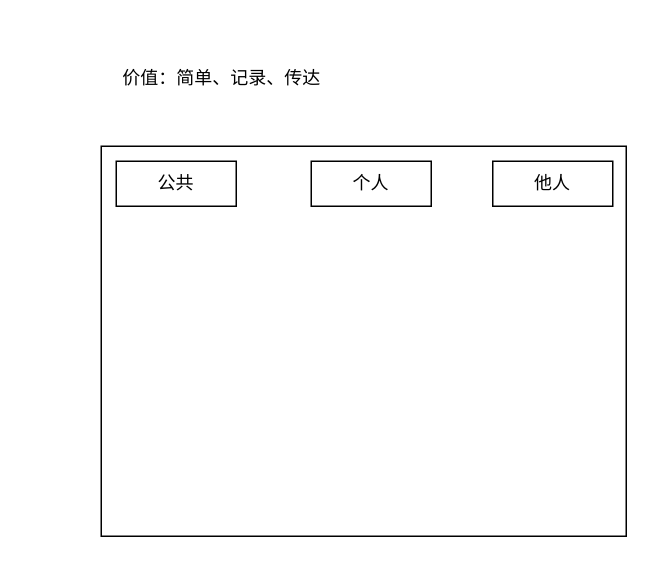
Earlier version of the draw.io diagram 未命名绘图.drawio (baolegeming/test). Source tidied: cells renumbered, new cells numbered last; positions are measured from the earlier drawing's top-left corner, leaving out a move shared by most shapes. Both pictures are drawn from the tidied source at 150%, with x=0, y=0 at pixel (100, 56).
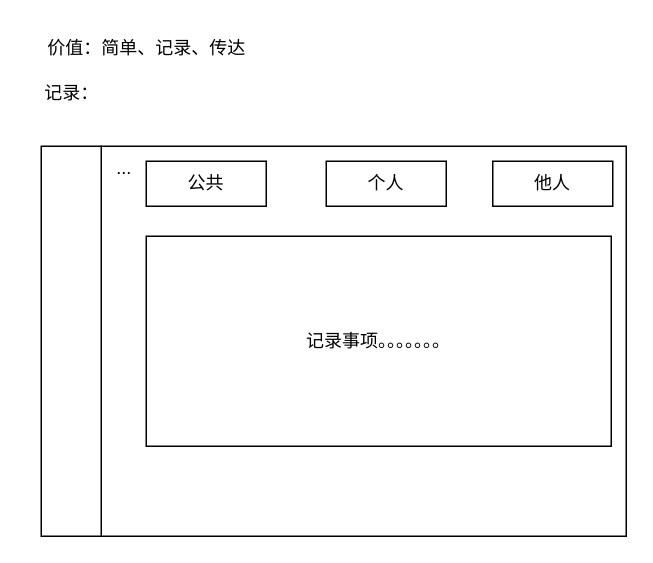
After the change.

Commit message:
更新未命名绘图.drawio

Change to the diagram source:
```diff
@@
 <mxGraphModel>
   <root>
     <mxCell id="0" />
     <mxCell id="1" parent="0" />
     <mxCell id="2" style="rounded=0;whiteSpace=wrap;html=1;" parent="1" vertex="1">
       <mxGeometry y="60" width="350" height="260" as="geometry" />
     </mxCell>
     <mxCell id="3" value="公共" style="whiteSpace=wrap;html=1;" parent="1" vertex="1">
-      <mxGeometry x="10" y="70" width="80" height="30" as="geometry" />
+      <mxGeometry x="30" y="70" width="80" height="30" as="geometry" />
     </mxCell>
     <mxCell id="4" value="价值：简单、记录、传达" style="text;html=1;align=center;verticalAlign=middle;strokeColor=none;fillColor=none;" parent="1" vertex="1">
-      <mxGeometry width="160" height="30" as="geometry" />
+      <mxGeometry x="-50" y="-20" width="160" height="30" as="geometry" />
     </mxCell>
     <mxCell id="5" value="个人" style="whiteSpace=wrap;html=1;" parent="1" vertex="1">
-      <mxGeometry x="140" y="70" width="80" height="30" as="geometry" />
+      <mxGeometry x="150" y="70" width="80" height="30" as="geometry" />
     </mxCell>
     <mxCell id="6" value="他人" style="whiteSpace=wrap;html=1;" parent="1" vertex="1">
       <mxGeometry x="261" y="70" width="80" height="30" as="geometry" />
     </mxCell>
+    <mxCell id="7" value="记录事项。。。。。。。" style="whiteSpace=wrap;html=1;" parent="1" vertex="1">
+      <mxGeometry x="30" y="120" width="310" height="140" as="geometry" />
+    </mxCell>
+    <mxCell id="8" value="..." style="text;html=1;align=center;verticalAlign=middle;strokeColor=none;fillColor=none;" parent="1" vertex="1">
+      <mxGeometry y="60" width="30" height="30" as="geometry" />
+    </mxCell>
+    <mxCell id="9" style="rounded=0;whiteSpace=wrap;html=1;" parent="1" vertex="1">
+      <mxGeometry x="-40" y="60" width="40" height="260" as="geometry" />
+    </mxCell>
+    <mxCell id="10" value="记录：" style="text;html=1;align=center;verticalAlign=middle;strokeColor=none;fillColor=none;" parent="1" vertex="1">
+      <mxGeometry x="-50" y="10" width="60" height="30" as="geometry" />
+    </mxCell>
   </root>
 </mxGraphModel>
```
